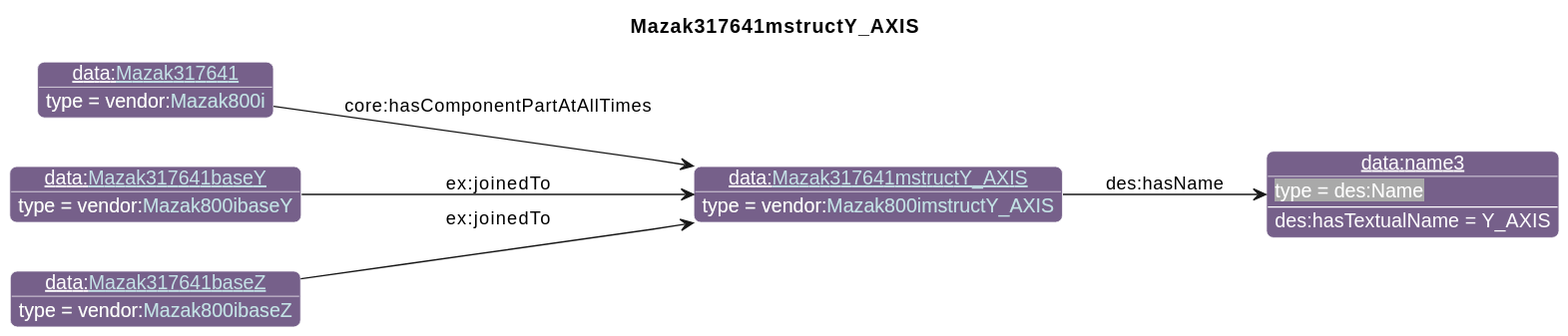
The PlantUML diagram diagrams/Mazak317641mstructY_AXIS.svg in iofoundry/example-syseng-mtconnect, before a commit.
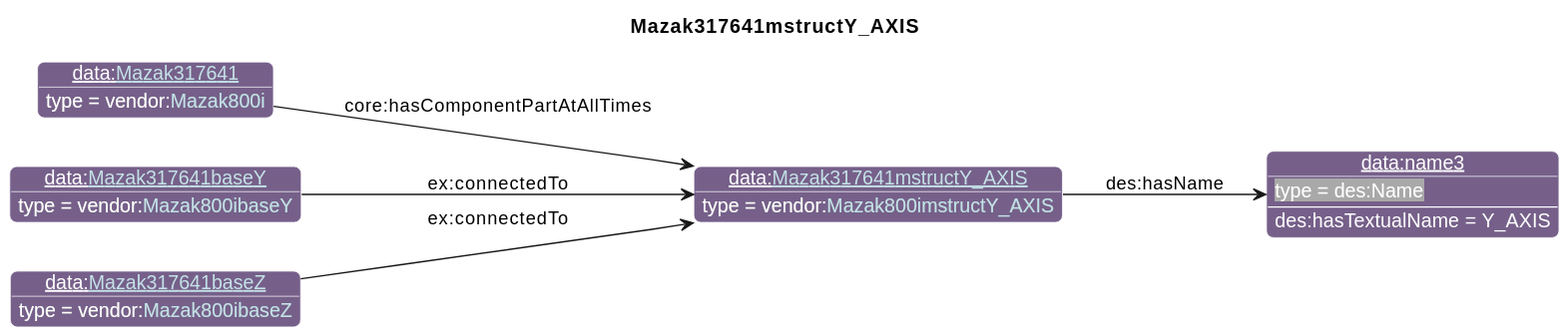
The same file after the commit.

The edit, as a diff of the source:
```diff
@@ -33,6 +33,6 @@
 property(o0, "des:hasName", o1)
 data(o1, "des:hasTextualName", "Y_AXIS")
 property(o2, "core:hasComponentPartAtAllTimes", o0)
-property(o3, "ex:joinedTo", o0)
-property(o4, "ex:joinedTo", o0)
+property(o3, "ex:connectedTo", o0)
+property(o4, "ex:connectedTo", o0)
 @enduml
```
